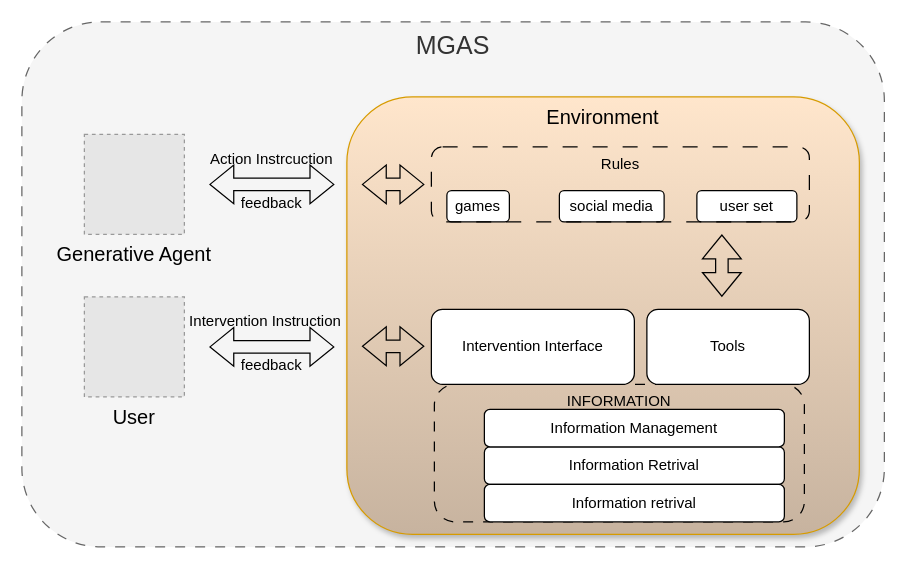
bianhua-12/Multi-generative_Agent_System_survey keeps this draw.io diagram as page "Construction_simulation" (3 of 5) of Sim_Survey.drawio. Above is the earlier version. Source tidied: cells renumbered, new cells numbered last; positions are measured from the earlier drawing's top-left corner, leaving out a move shared by most shapes. Both pictures are drawn from the tidied source at 125%, with x=0, y=0 at pixel (21, 21). Pictures stored in the file or linked from it are replaced by grey dashed boxes.
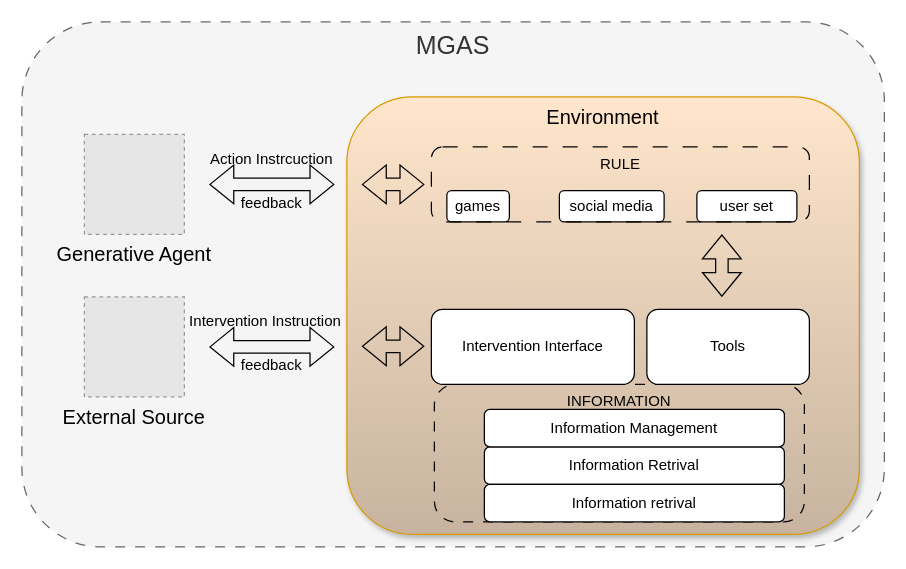
Above is the later version.

What changed in the source:
```diff
@@
-    <mxCell id="4" value="User" style="fillColor=#E6E6E6;strokeColor=#999999;dashed=1;verticalLabelPosition=bottom;labelBackgroundColor=none;verticalAlign=top;fontSize=16;" parent="1" vertex="1">
+    <mxCell id="4" value="External Source" style="fillColor=#E6E6E6;strokeColor=#999999;dashed=1;verticalLabelPosition=bottom;labelBackgroundColor=none;verticalAlign=top;fontSize=16;" parent="1" vertex="1">
       <mxGeometry x="50" y="220" width="80" height="80" as="geometry" />
     </mxCell>
@@
-    <mxCell id="24" value="Rules" style="rounded=1;whiteSpace=wrap;html=1;fillColor=none;dashed=1;dashPattern=12 12;verticalAlign=top;" parent="1" vertex="1">
+    <mxCell id="24" value="RULE" style="rounded=1;whiteSpace=wrap;html=1;fillColor=none;dashed=1;dashPattern=12 12;verticalAlign=top;" parent="1" vertex="1">
       <mxGeometry x="327.6" y="100" width="302.4" height="60" as="geometry" />
     </mxCell>
```
